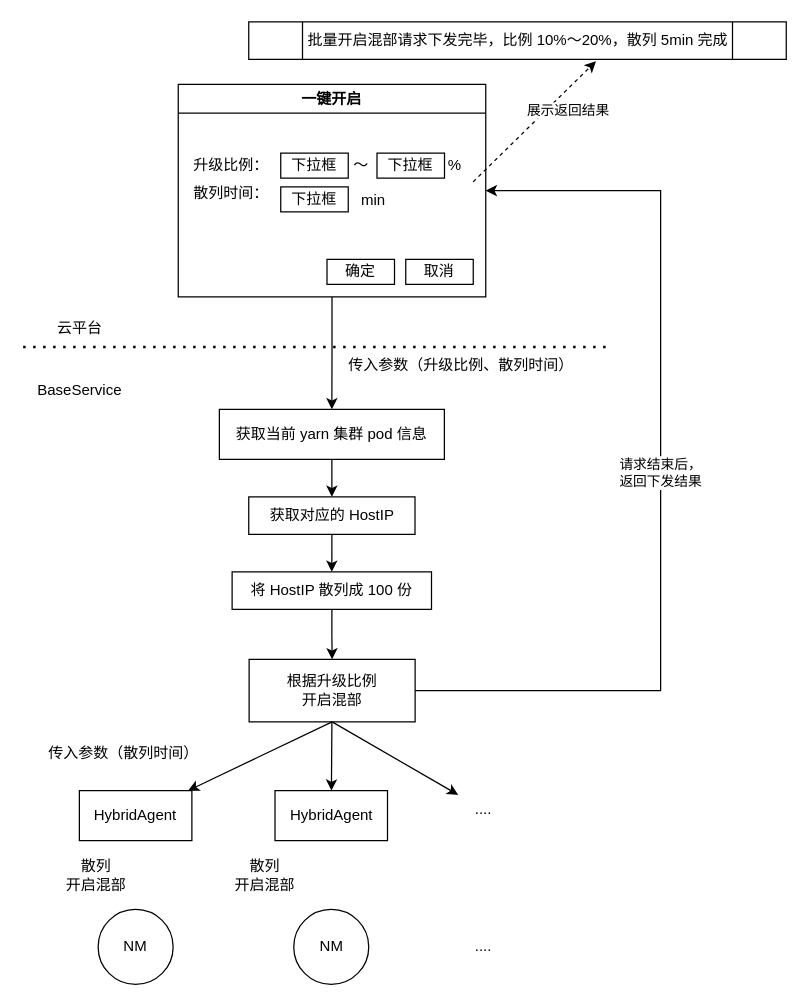
cityofwang/beats keeps this draw.io diagram as 一键开启混部.drawio. Above is the earlier version. Source tidied: cells renumbered, new cells numbered last; positions are measured from the earlier drawing's top-left corner, leaving out a move shared by most shapes. Both pictures are drawn from the tidied source at 125%, with x=0, y=0 at pixel (22, 21).
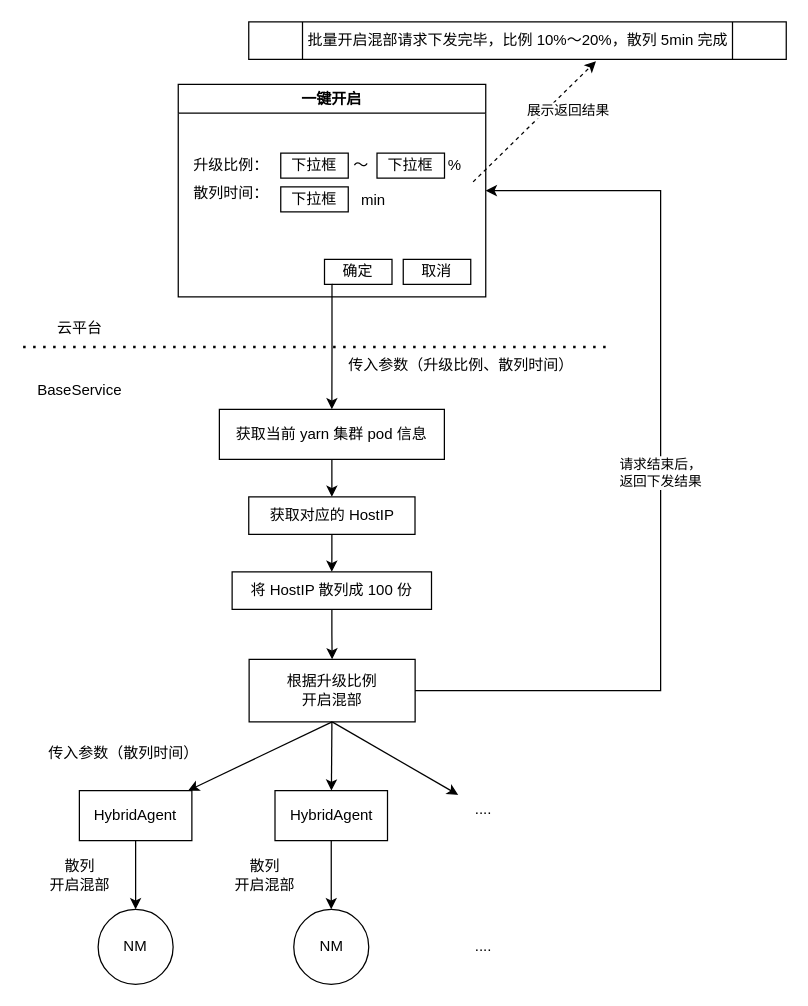
After the change.

Commit message:
一键开启混部.drawio

Unchanged cells that the change refers to:
```xml
<mxCell id="3" value="一键开启" style="swimlane;whiteSpace=wrap;html=1;" parent="1" vertex="1">
  <mxGeometry x="124.1" y="50" width="246" height="170" as="geometry" />
</mxCell>
<mxCell id="15" value="获取当前 yarn 集群 pod 信息" style="rounded=0;whiteSpace=wrap;html=1;fillColor=none;" parent="1" vertex="1">
  <mxGeometry x="157" y="310" width="180" height="40" as="geometry" />
</mxCell>
<mxCell id="31" value="HybridAgent" style="rounded=0;whiteSpace=wrap;html=1;fillColor=none;" parent="1" vertex="1">
  <mxGeometry x="45" y="615" width="90" height="40" as="geometry" />
</mxCell>
<mxCell id="32" value="HybridAgent" style="rounded=0;whiteSpace=wrap;html=1;fillColor=none;" parent="1" vertex="1">
  <mxGeometry x="201.5" y="615" width="90" height="40" as="geometry" />
</mxCell>
<mxCell id="34" value="NM" style="ellipse;whiteSpace=wrap;html=1;fillColor=none;" parent="1" vertex="1">
  <mxGeometry x="60" y="710" width="60" height="60" as="geometry" />
</mxCell>
<mxCell id="35" value="NM" style="ellipse;whiteSpace=wrap;html=1;fillColor=none;" parent="1" vertex="1">
  <mxGeometry x="216.5" y="710" width="60" height="60" as="geometry" />
</mxCell>
```

What changed in the source:
```diff
@@
-    <mxCell id="2" style="edgeStyle=orthogonalEdgeStyle;rounded=0;jettySize=auto;html=1;entryX=0.5;entryY=0;entryDx=0;entryDy=0;" parent="1" edge="1" source="3" target="15">
+    <mxCell id="2" style="edgeStyle=orthogonalEdgeStyle;rounded=0;jettySize=auto;html=1;entryX=0.5;entryY=0;entryDx=0;entryDy=0;exitX=0.111;exitY=0.98;exitDx=0;exitDy=0;exitPerimeter=0;" parent="1" edge="1" source="11" target="15">
       <mxGeometry relative="1" as="geometry" />
     </mxCell>
@@
     <mxCell id="11" value="确定" style="rounded=0;whiteSpace=wrap;html=1;fillColor=none;" parent="3" vertex="1">
-      <mxGeometry x="119" y="140" width="54" height="20" as="geometry" />
+      <mxGeometry x="117" y="140" width="54" height="20" as="geometry" />
     </mxCell>
     <mxCell id="12" value="取消" style="rounded=0;whiteSpace=wrap;html=1;fillColor=none;" parent="3" vertex="1">
-      <mxGeometry x="182" y="140" width="54" height="20" as="geometry" />
+      <mxGeometry x="180" y="140" width="54" height="20" as="geometry" />
     </mxCell>
@@
+    <mxCell id="44" style="edgeStyle=orthogonalEdgeStyle;rounded=0;jettySize=auto;html=1;entryX=0.5;entryY=0;entryDx=0;entryDy=0;" parent="1" edge="1" source="31" target="34">
+      <mxGeometry relative="1" as="geometry" />
+    </mxCell>
@@
+    <mxCell id="45" style="edgeStyle=orthogonalEdgeStyle;rounded=0;jettySize=auto;html=1;entryX=0.5;entryY=0;entryDx=0;entryDy=0;" parent="1" edge="1" source="32" target="35">
+      <mxGeometry relative="1" as="geometry" />
+    </mxCell>
@@
     <mxCell id="37" value="散列&lt;div&gt;开启混部&lt;/div&gt;" style="text;html=1;align=center;verticalAlign=middle;strokeColor=none;fillColor=none;" parent="1" vertex="1">
-      <mxGeometry x="23" y="663" width="70" height="40" as="geometry" />
+      <mxGeometry x="10" y="663" width="70" height="40" as="geometry" />
     </mxCell>
```
